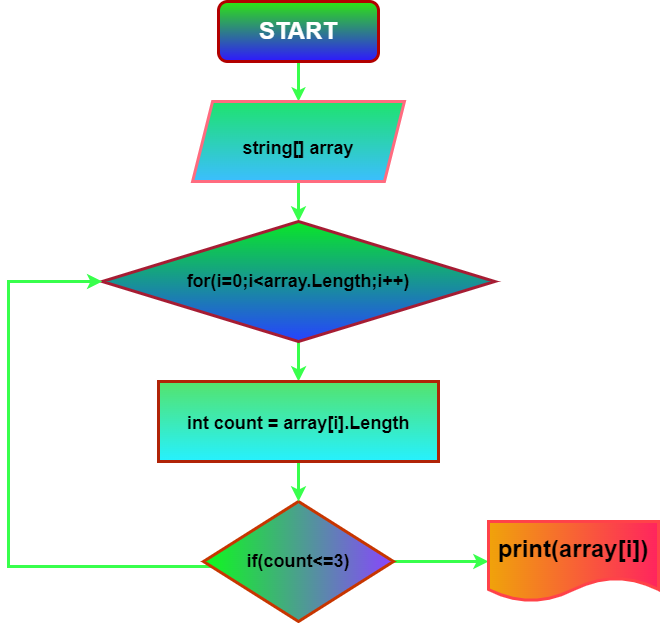
Before: DZ-PRofession(block-shem).png, a diagram exported from draw.io (Notrealbiggbi/DZ-profession). Source tidied: cells renumbered, new cells last; positions are measured from the earlier drawing's top-left corner, leaving out a move shared by most shapes. The source it was exported from:
```xml
<mxGraphModel>
  <root>
    <mxCell id="0" />
    <mxCell id="1" parent="0" />
    <mxCell id="2" style="edgeStyle=orthogonalEdgeStyle;rounded=0;jettySize=auto;html=1;exitX=0.5;exitY=1;exitDx=0;exitDy=0;fontSize=36;endSize=5;strokeWidth=3;entryX=0.5;entryY=0;entryDx=0;entryDy=0;strokeColor=#38FF4C;" parent="1" edge="1" source="3" target="5">
      <mxGeometry relative="1" as="geometry" />
    </mxCell>
    <mxCell id="3" value="&lt;font style=&quot;font-size: 24px;&quot;&gt;&lt;b&gt;START&lt;/b&gt;&lt;/font&gt;" style="rounded=1;whiteSpace=wrap;html=1;fontSize=12;glass=0;strokeWidth=3;shadow=0;fillColor=#2EE512;strokeColor=#B20000;fontColor=#ffffff;gradientColor=#2E17FF;" parent="1" vertex="1">
      <mxGeometry x="210" width="160" height="60" as="geometry" />
    </mxCell>
    <mxCell id="4" style="edgeStyle=orthogonalEdgeStyle;rounded=0;jettySize=auto;html=1;fontSize=24;strokeWidth=3;strokeColor=#38FF4C;" parent="1" edge="1" source="5" target="7">
      <mxGeometry relative="1" as="geometry" />
    </mxCell>
    <mxCell id="5" value="&lt;font style=&quot;&quot;&gt;&lt;b style=&quot;&quot;&gt;&lt;font style=&quot;font-size: 18px;&quot;&gt;string[] array&lt;/font&gt;&lt;/b&gt;&lt;br&gt;&lt;/font&gt;" style="shape=parallelogram;perimeter=parallelogramPerimeter;whiteSpace=wrap;html=1;fixedSize=1;fontSize=36;fillColor=#1EE36D;strokeColor=#FF6B7F;fontColor=#000000;strokeWidth=3;gradientColor=#3BBEFF;" parent="1" vertex="1">
      <mxGeometry x="184.1" y="100" width="211.9" height="80" as="geometry" />
    </mxCell>
    <mxCell id="6" style="edgeStyle=orthogonalEdgeStyle;rounded=0;jettySize=auto;html=1;fontSize=24;strokeWidth=3;strokeColor=#38FF4C;" parent="1" edge="1" source="7" target="12">
      <mxGeometry relative="1" as="geometry" />
    </mxCell>
    <mxCell id="7" value="&lt;b&gt;&lt;font style=&quot;font-size: 18px;&quot;&gt;for(i=0;i&amp;lt;array.Length;i++)&lt;/font&gt;&lt;/b&gt;" style="rhombus;whiteSpace=wrap;html=1;fontSize=14;fillColor=#09E727;strokeColor=#A61C33;strokeWidth=3;gradientColor=#2643FF;" parent="1" vertex="1">
      <mxGeometry x="93.8" y="220" width="392.5" height="120" as="geometry" />
    </mxCell>
    <mxCell id="8" style="edgeStyle=orthogonalEdgeStyle;rounded=0;jettySize=auto;html=1;entryX=0;entryY=0.5;entryDx=0;entryDy=0;fontSize=24;strokeWidth=3;strokeColor=#38FF4C;" parent="1" edge="1" source="10" target="13">
      <mxGeometry relative="1" as="geometry" />
    </mxCell>
    <mxCell id="9" style="edgeStyle=orthogonalEdgeStyle;rounded=0;jettySize=auto;html=1;fontSize=24;entryX=0;entryY=0.5;entryDx=0;entryDy=0;strokeWidth=3;strokeColor=#38FF4C;" parent="1" edge="1" source="10" target="7">
      <mxGeometry relative="1" as="geometry">
        <Array as="points">
          <mxPoint y="565" />
          <mxPoint y="280" />
        </Array>
      </mxGeometry>
    </mxCell>
    <mxCell id="10" value="&lt;b&gt;&lt;font style=&quot;font-size: 18px;&quot;&gt;if(count&amp;lt;=3)&lt;/font&gt;&lt;/b&gt;" style="rhombus;whiteSpace=wrap;html=1;fontSize=14;fillColor=#0DFA1C;strokeColor=#C73500;fontColor=#000000;strokeWidth=3;gradientColor=#8945FF;gradientDirection=east;" parent="1" vertex="1">
      <mxGeometry x="195" y="500" width="190" height="120" as="geometry" />
    </mxCell>
    <mxCell id="11" style="edgeStyle=orthogonalEdgeStyle;rounded=0;jettySize=auto;html=1;fontSize=24;strokeWidth=3;strokeColor=#38FF4C;" parent="1" edge="1" source="12" target="10">
      <mxGeometry relative="1" as="geometry" />
    </mxCell>
    <mxCell id="12" value="&lt;font style=&quot;font-size: 18px;&quot;&gt;&lt;b&gt;int count = array[i].Length&lt;/b&gt;&lt;/font&gt;" style="rounded=0;whiteSpace=wrap;html=1;fontSize=24;fillColor=#54E36C;strokeColor=#B02307;fontColor=#000000;strokeWidth=3;gradientColor=#26F1FF;" parent="1" vertex="1">
      <mxGeometry x="150" y="380" width="280" height="80" as="geometry" />
    </mxCell>
    <mxCell id="13" value="&lt;b style=&quot;font-size: 24px;&quot;&gt;print(array[i])&lt;/b&gt;" style="shape=document;whiteSpace=wrap;html=1;boundedLbl=1;fontSize=18;fillColor=#f0a30a;fontColor=#000000;strokeColor=#FF4249;strokeWidth=3;gradientColor=#FF245E;gradientDirection=east;" parent="1" vertex="1">
      <mxGeometry x="480" y="520" width="170" height="80" as="geometry" />
    </mxCell>
  </root>
</mxGraphModel>
```
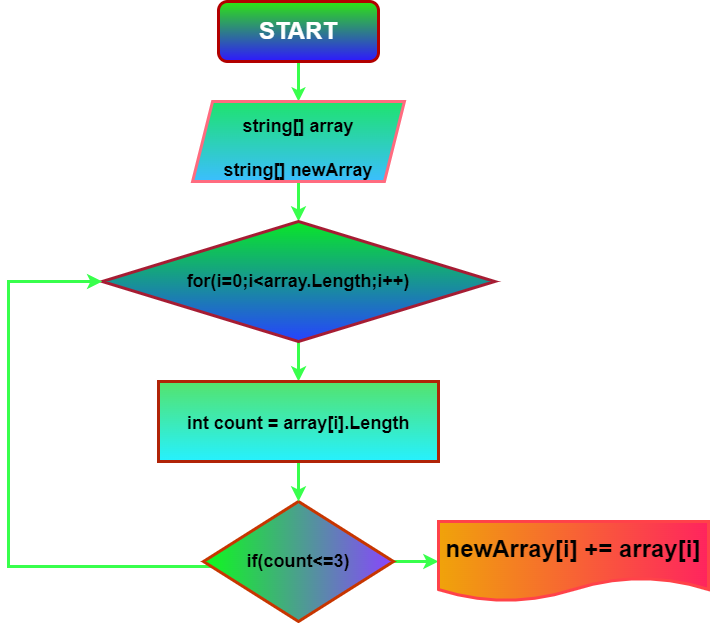
After the change.

Commit message:
change README and add png DZ-PRoffession(block-ahem)

Diff of the diagram source:
```diff
@@ -11,7 +11,7 @@
     <mxCell id="4" style="edgeStyle=orthogonalEdgeStyle;rounded=0;jettySize=auto;html=1;fontSize=24;strokeWidth=3;strokeColor=#38FF4C;" parent="1" edge="1" source="5" target="7">
       <mxGeometry relative="1" as="geometry" />
     </mxCell>
-    <mxCell id="5" value="&lt;font style=&quot;&quot;&gt;&lt;b style=&quot;&quot;&gt;&lt;font style=&quot;font-size: 18px;&quot;&gt;string[] array&lt;/font&gt;&lt;/b&gt;&lt;br&gt;&lt;/font&gt;" style="shape=parallelogram;perimeter=parallelogramPerimeter;whiteSpace=wrap;html=1;fixedSize=1;fontSize=36;fillColor=#1EE36D;strokeColor=#FF6B7F;fontColor=#000000;strokeWidth=3;gradientColor=#3BBEFF;" parent="1" vertex="1">
+    <mxCell id="5" value="&lt;font style=&quot;&quot;&gt;&lt;b style=&quot;&quot;&gt;&lt;font style=&quot;font-size: 18px;&quot;&gt;string[] array&lt;br&gt;&lt;/font&gt;&lt;/b&gt;&lt;span style=&quot;font-size: 18px;&quot;&gt;&lt;b&gt;string[] newArray&lt;/b&gt;&lt;/span&gt;&lt;br&gt;&lt;/font&gt;" style="shape=parallelogram;perimeter=parallelogramPerimeter;whiteSpace=wrap;html=1;fixedSize=1;fontSize=36;fillColor=#1EE36D;strokeColor=#FF6B7F;fontColor=#000000;strokeWidth=3;gradientColor=#3BBEFF;" parent="1" vertex="1">
       <mxGeometry x="184.1" y="100" width="211.9" height="80" as="geometry" />
     </mxCell>
     <mxCell id="6" style="edgeStyle=orthogonalEdgeStyle;rounded=0;jettySize=auto;html=1;fontSize=24;strokeWidth=3;strokeColor=#38FF4C;" parent="1" edge="1" source="7" target="12">
@@ -40,8 +40,8 @@
     <mxCell id="12" value="&lt;font style=&quot;font-size: 18px;&quot;&gt;&lt;b&gt;int count = array[i].Length&lt;/b&gt;&lt;/font&gt;" style="rounded=0;whiteSpace=wrap;html=1;fontSize=24;fillColor=#54E36C;strokeColor=#B02307;fontColor=#000000;strokeWidth=3;gradientColor=#26F1FF;" parent="1" vertex="1">
       <mxGeometry x="150" y="380" width="280" height="80" as="geometry" />
     </mxCell>
-    <mxCell id="13" value="&lt;b style=&quot;font-size: 24px;&quot;&gt;print(array[i])&lt;/b&gt;" style="shape=document;whiteSpace=wrap;html=1;boundedLbl=1;fontSize=18;fillColor=#f0a30a;fontColor=#000000;strokeColor=#FF4249;strokeWidth=3;gradientColor=#FF245E;gradientDirection=east;" parent="1" vertex="1">
-      <mxGeometry x="480" y="520" width="170" height="80" as="geometry" />
+    <mxCell id="13" value="&lt;b style=&quot;font-size: 24px;&quot;&gt;newArray[i] += array[i]&lt;/b&gt;" style="shape=document;whiteSpace=wrap;html=1;boundedLbl=1;fontSize=18;fillColor=#f0a30a;fontColor=#000000;strokeColor=#FF4249;strokeWidth=3;gradientColor=#FF245E;gradientDirection=east;" parent="1" vertex="1">
+      <mxGeometry x="430" y="520" width="270" height="80" as="geometry" />
     </mxCell>
   </root>
 </mxGraphModel>
```
